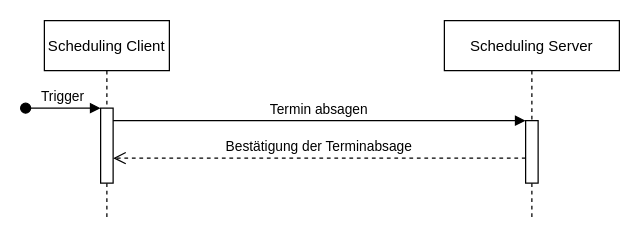
The draw.io diagram r5-TC-FHIR-AG-Scheduling-R5-main/interactions/cancel-appointment-client.drawio in HL7Austria/hl7austria.github.io, before the edit. Source tidied: cells renumbered, new cells numbered last; positions are measured from the earlier drawing's top-left corner, leaving out a move shared by most shapes. Both pictures are drawn from the tidied source at 125%, with x=0, y=0 at pixel (25, 20).
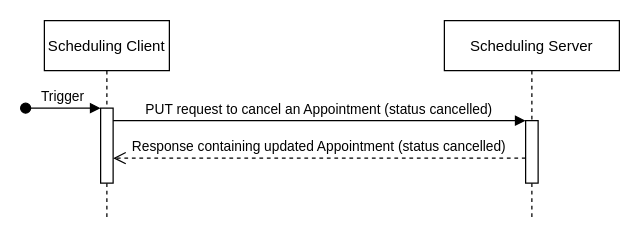
Above is the later version.

What changed in the source:
```diff
@@
 <mxGraphModel>
   <root>
     <mxCell id="0" />
     <mxCell id="1" parent="0" />
     <mxCell id="2" value="Scheduling Client" style="shape=umlLifeline;perimeter=lifelinePerimeter;rounded=0;shadow=0;strokeWidth=1;" parent="1" vertex="1">
       <mxGeometry x="15" width="100" height="160" as="geometry" />
     </mxCell>
     <mxCell id="3" style="points=[];perimeter=orthogonalPerimeter;rounded=0;shadow=0;strokeWidth=1;" parent="2" vertex="1">
       <mxGeometry x="45" y="70" width="10" height="60" as="geometry" />
     </mxCell>
     <mxCell id="4" value="Trigger" style="verticalAlign=bottom;startArrow=oval;endArrow=block;startSize=8;shadow=0;strokeWidth=1;" parent="2" edge="1" target="3">
       <mxGeometry relative="1" as="geometry">
         <mxPoint x="-15" y="70" as="sourcePoint" />
       </mxGeometry>
     </mxCell>
     <mxCell id="5" value="Scheduling Server" style="shape=umlLifeline;perimeter=lifelinePerimeter;rounded=0;shadow=0;strokeWidth=1;" parent="1" vertex="1">
       <mxGeometry x="335" width="140" height="160" as="geometry" />
     </mxCell>
     <mxCell id="6" style="points=[];perimeter=orthogonalPerimeter;rounded=0;shadow=0;strokeWidth=1;" parent="5" vertex="1">
       <mxGeometry x="65" y="80" width="10" height="50" as="geometry" />
     </mxCell>
-    <mxCell id="7" value="Bestätigung der Terminabsage" style="verticalAlign=bottom;endArrow=open;dashed=1;endSize=8;exitX=0;exitY=0.95;shadow=0;strokeWidth=1;" parent="5" edge="1">
+    <mxCell id="7" value="Response containing updated Appointment (status cancelled)" style="verticalAlign=bottom;endArrow=open;dashed=1;endSize=8;exitX=0;exitY=0.95;shadow=0;strokeWidth=1;" parent="5" edge="1">
       <mxGeometry relative="1" as="geometry">
         <mxPoint x="65" y="110" as="sourcePoint" />
         <mxPoint x="-265" y="110" as="targetPoint" />
       </mxGeometry>
     </mxCell>
-    <mxCell id="8" value="Termin absagen" style="verticalAlign=bottom;endArrow=block;entryX=0;entryY=0;shadow=0;strokeWidth=1;" parent="1" edge="1" source="3" target="6">
+    <mxCell id="8" value="PUT request to cancel an Appointment (status cancelled)" style="verticalAlign=bottom;endArrow=block;entryX=0;entryY=0;shadow=0;strokeWidth=1;" parent="1" edge="1" source="3" target="6">
       <mxGeometry relative="1" as="geometry" />
     </mxCell>
   </root>
 </mxGraphModel>
```
